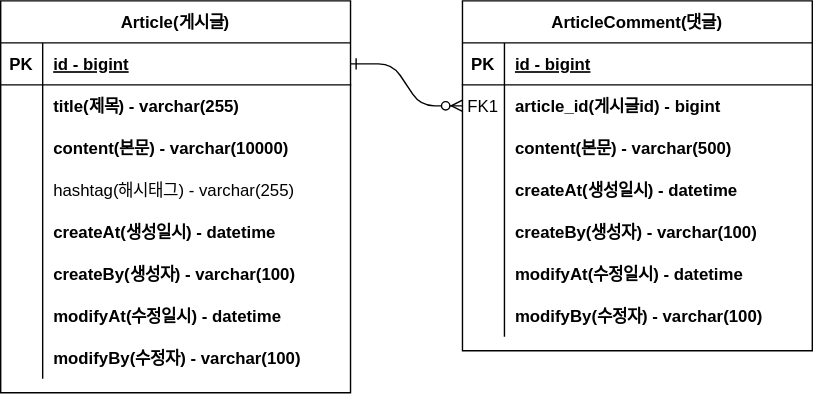
Above: document/erd.svg in goodjob0412/board (draw.io), before the change. Source tidied: cells renumbered, new cells last; positions are measured from the earlier drawing's top-left corner, leaving out a move shared by most shapes.
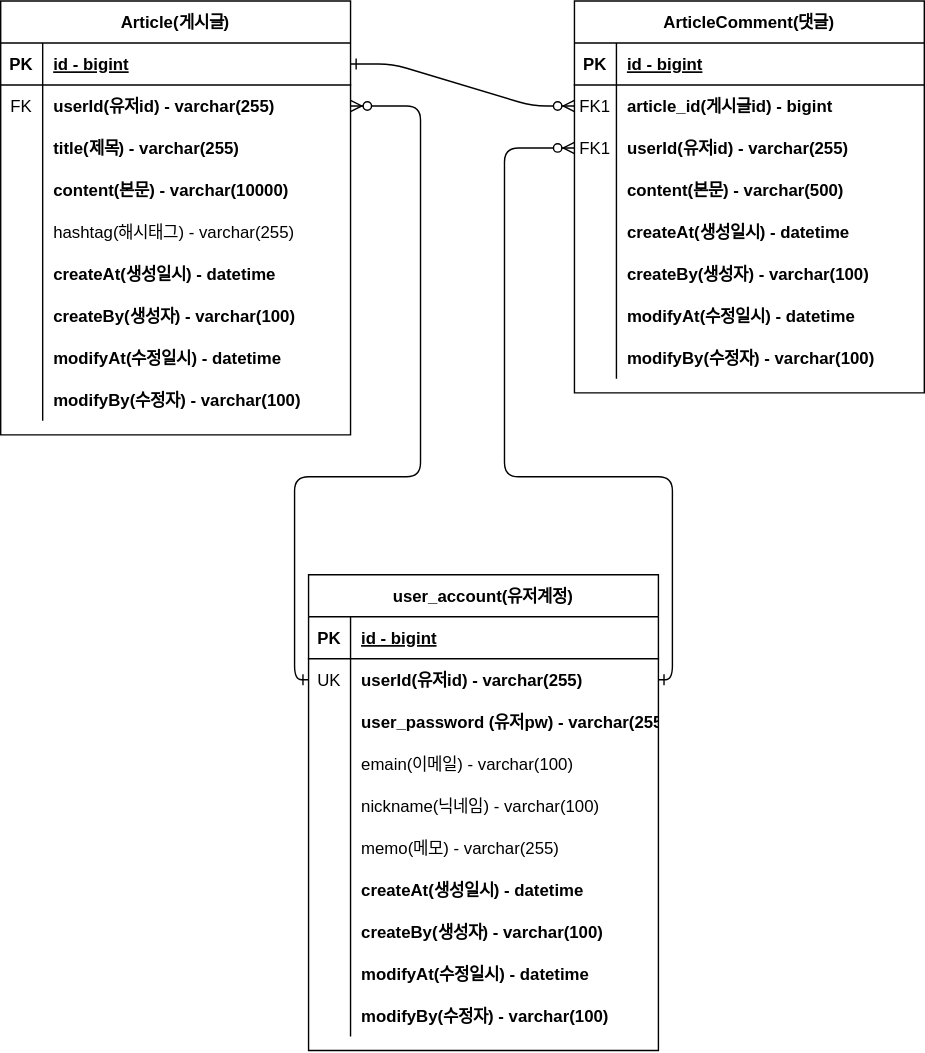
Above is the later version.

Commit message:
erd.user_account_정보_추가

The edit, as a diff of the source:
```diff
@@ -6,7 +6,7 @@
       <mxGeometry relative="1" as="geometry" />
     </mxCell>
     <mxCell id="3" value="ArticleComment(댓글)" style="shape=table;startSize=30;rowLines=0;fontStyle=1;align=center;" parent="1" vertex="1">
-      <mxGeometry x="330" width="250" height="250" as="geometry" />
+      <mxGeometry x="370" width="250" height="280" as="geometry" />
     </mxCell>
     <mxCell id="4" style="shape=partialRectangle;fillColor=none;top=0;left=0;right=0;bottom=1;" parent="3" vertex="1">
       <mxGeometry y="30" width="250" height="30" as="geometry" />
@@ -26,8 +26,17 @@
     <mxCell id="9" value="article_id(게시글id) - bigint" style="shape=partialRectangle;overflow=hidden;fillColor=none;top=0;left=0;bottom=0;right=0;align=left;spacingLeft=6;fontStyle=1;" parent="7" vertex="1">
       <mxGeometry x="30" width="220" height="30" as="geometry" />
     </mxCell>
+    <mxCell id="50" style="shape=partialRectangle;fillColor=none;points=[[0,0.5],[1,0.5]];portConstraint=eastwest;top=0;left=0;right=0;bottom=0;" parent="3" vertex="1">
+      <mxGeometry y="90" width="250" height="30" as="geometry" />
+    </mxCell>
+    <mxCell id="51" value="FK1" style="shape=partialRectangle;overflow=hidden;fillColor=none;top=0;left=0;bottom=0;right=0;" parent="50" vertex="1">
+      <mxGeometry width="30" height="30" as="geometry" />
+    </mxCell>
+    <mxCell id="52" value="userId(유저id) - varchar(255)" style="shape=partialRectangle;overflow=hidden;fillColor=none;top=0;left=0;bottom=0;right=0;align=left;spacingLeft=6;fontStyle=1;" parent="50" vertex="1">
+      <mxGeometry x="30" width="220" height="30" as="geometry" />
+    </mxCell>
     <mxCell id="10" style="shape=partialRectangle;fillColor=none;top=0;left=0;right=0;bottom=0;" parent="3" vertex="1">
-      <mxGeometry y="90" width="250" height="30" as="geometry" />
+      <mxGeometry y="120" width="250" height="30" as="geometry" />
     </mxCell>
     <mxCell id="11" style="shape=partialRectangle;overflow=hidden;fillColor=none;top=0;left=0;bottom=0;right=0;" parent="10" vertex="1">
       <mxGeometry width="30" height="30" as="geometry" />
@@ -36,7 +45,7 @@
       <mxGeometry x="30" width="220" height="30" as="geometry" />
     </mxCell>
     <mxCell id="13" style="shape=partialRectangle;fillColor=none;top=0;left=0;right=0;bottom=0;" parent="3" vertex="1">
-      <mxGeometry y="120" width="250" height="30" as="geometry" />
+      <mxGeometry y="150" width="250" height="30" as="geometry" />
     </mxCell>
     <mxCell id="14" style="shape=partialRectangle;overflow=hidden;fillColor=none;top=0;left=0;bottom=0;right=0;" parent="13" vertex="1">
       <mxGeometry width="30" height="30" as="geometry" />
@@ -45,7 +54,7 @@
       <mxGeometry x="30" width="220" height="30" as="geometry" />
     </mxCell>
     <mxCell id="16" style="shape=partialRectangle;fillColor=none;top=0;left=0;right=0;bottom=0;" parent="3" vertex="1">
-      <mxGeometry y="150" width="250" height="30" as="geometry" />
+      <mxGeometry y="180" width="250" height="30" as="geometry" />
     </mxCell>
     <mxCell id="17" style="shape=partialRectangle;overflow=hidden;fillColor=none;top=0;left=0;bottom=0;right=0;" parent="16" vertex="1">
       <mxGeometry width="30" height="30" as="geometry" />
@@ -54,7 +63,7 @@
       <mxGeometry x="30" width="220" height="30" as="geometry" />
     </mxCell>
     <mxCell id="19" style="shape=partialRectangle;fillColor=none;top=0;left=0;right=0;bottom=0;" parent="3" vertex="1">
-      <mxGeometry y="180" width="250" height="30" as="geometry" />
+      <mxGeometry y="210" width="250" height="30" as="geometry" />
     </mxCell>
     <mxCell id="20" style="shape=partialRectangle;overflow=hidden;fillColor=none;top=0;left=0;bottom=0;right=0;" parent="19" vertex="1">
       <mxGeometry width="30" height="30" as="geometry" />
@@ -63,7 +72,7 @@
       <mxGeometry x="30" width="220" height="30" as="geometry" />
     </mxCell>
     <mxCell id="22" style="shape=partialRectangle;fillColor=none;top=0;left=0;right=0;bottom=0;" parent="3" vertex="1">
-      <mxGeometry y="210" width="250" height="30" as="geometry" />
+      <mxGeometry y="240" width="250" height="30" as="geometry" />
     </mxCell>
     <mxCell id="23" style="shape=partialRectangle;overflow=hidden;fillColor=none;top=0;left=0;bottom=0;right=0;" parent="22" vertex="1">
       <mxGeometry width="30" height="30" as="geometry" />
@@ -72,7 +81,7 @@
       <mxGeometry x="30" width="220" height="30" as="geometry" />
     </mxCell>
     <mxCell id="25" value="Article(게시글)" style="shape=table;startSize=30;rowLines=0;fontStyle=1;align=center;" parent="1" vertex="1">
-      <mxGeometry width="250" height="280" as="geometry" />
+      <mxGeometry x="-40" width="250" height="310" as="geometry" />
     </mxCell>
     <mxCell id="26" style="shape=partialRectangle;fillColor=none;points=[[0,0.5],[1,0.5]];portConstraint=eastwest;top=0;left=0;right=0;bottom=1;" parent="25" vertex="1">
       <mxGeometry y="30" width="250" height="30" as="geometry" />
@@ -86,14 +95,23 @@
     <mxCell id="29" style="shape=partialRectangle;fillColor=none;points=[[0,0.5],[1,0.5]];portConstraint=eastwest;top=0;left=0;right=0;bottom=0;" parent="25" vertex="1">
       <mxGeometry y="60" width="250" height="30" as="geometry" />
     </mxCell>
-    <mxCell id="30" style="shape=partialRectangle;overflow=hidden;fillColor=none;top=0;left=0;bottom=0;right=0;" parent="29" vertex="1">
+    <mxCell id="30" value="FK" style="shape=partialRectangle;overflow=hidden;fillColor=none;top=0;left=0;bottom=0;right=0;" parent="29" vertex="1">
       <mxGeometry width="30" height="30" as="geometry" />
     </mxCell>
-    <mxCell id="31" value="title(제목) - varchar(255)" style="shape=partialRectangle;overflow=hidden;fillColor=none;top=0;left=0;bottom=0;right=0;align=left;spacingLeft=6;fontStyle=1;" parent="29" vertex="1">
+    <mxCell id="31" value="userId(유저id) - varchar(255)" style="shape=partialRectangle;overflow=hidden;fillColor=none;top=0;left=0;bottom=0;right=0;align=left;spacingLeft=6;fontStyle=1;" parent="29" vertex="1">
       <mxGeometry x="30" width="220" height="30" as="geometry" />
     </mxCell>
+    <mxCell id="53" style="shape=partialRectangle;fillColor=none;top=0;left=0;right=0;bottom=0;" parent="25" vertex="1">
+      <mxGeometry y="90" width="250" height="30" as="geometry" />
+    </mxCell>
+    <mxCell id="54" style="shape=partialRectangle;overflow=hidden;fillColor=none;top=0;left=0;bottom=0;right=0;" parent="53" vertex="1">
+      <mxGeometry width="30" height="30" as="geometry" />
+    </mxCell>
+    <mxCell id="55" value="title(제목) - varchar(255)" style="shape=partialRectangle;overflow=hidden;fillColor=none;top=0;left=0;bottom=0;right=0;align=left;spacingLeft=6;fontStyle=1;" parent="53" vertex="1">
+      <mxGeometry x="30" width="220" height="30" as="geometry" />
+    </mxCell>
     <mxCell id="32" style="shape=partialRectangle;fillColor=none;top=0;left=0;right=0;bottom=0;" parent="25" vertex="1">
-      <mxGeometry y="90" width="250" height="30" as="geometry" />
+      <mxGeometry y="120" width="250" height="30" as="geometry" />
     </mxCell>
     <mxCell id="33" style="shape=partialRectangle;overflow=hidden;fillColor=none;top=0;left=0;bottom=0;right=0;" parent="32" vertex="1">
       <mxGeometry width="30" height="30" as="geometry" />
@@ -102,7 +120,7 @@
       <mxGeometry x="30" width="220" height="30" as="geometry" />
     </mxCell>
     <mxCell id="35" style="shape=partialRectangle;fillColor=none;top=0;left=0;right=0;bottom=0;" parent="25" vertex="1">
-      <mxGeometry y="120" width="250" height="30" as="geometry" />
+      <mxGeometry y="150" width="250" height="30" as="geometry" />
     </mxCell>
     <mxCell id="36" value="        " style="shape=partialRectangle;overflow=hidden;fillColor=none;top=0;left=0;bottom=0;right=0;" parent="35" vertex="1">
       <mxGeometry width="30" height="30" as="geometry" />
@@ -111,7 +129,7 @@
       <mxGeometry x="30" width="220" height="30" as="geometry" />
     </mxCell>
     <mxCell id="38" style="shape=partialRectangle;fillColor=none;top=0;left=0;right=0;bottom=0;" parent="25" vertex="1">
-      <mxGeometry y="150" width="250" height="30" as="geometry" />
+      <mxGeometry y="180" width="250" height="30" as="geometry" />
     </mxCell>
     <mxCell id="39" value="        " style="shape=partialRectangle;overflow=hidden;fillColor=none;top=0;left=0;bottom=0;right=0;" parent="38" vertex="1">
       <mxGeometry width="30" height="30" as="geometry" />
@@ -120,7 +138,7 @@
       <mxGeometry x="30" width="220" height="30" as="geometry" />
     </mxCell>
     <mxCell id="41" style="shape=partialRectangle;fillColor=none;top=0;left=0;right=0;bottom=0;" parent="25" vertex="1">
-      <mxGeometry y="180" width="250" height="30" as="geometry" />
+      <mxGeometry y="210" width="250" height="30" as="geometry" />
     </mxCell>
     <mxCell id="42" value="        " style="shape=partialRectangle;overflow=hidden;fillColor=none;top=0;left=0;bottom=0;right=0;" parent="41" vertex="1">
       <mxGeometry width="30" height="30" as="geometry" />
@@ -129,7 +147,7 @@
       <mxGeometry x="30" width="220" height="30" as="geometry" />
     </mxCell>
     <mxCell id="44" style="shape=partialRectangle;fillColor=none;top=0;left=0;right=0;bottom=0;" parent="25" vertex="1">
-      <mxGeometry y="210" width="250" height="30" as="geometry" />
+      <mxGeometry y="240" width="250" height="30" as="geometry" />
     </mxCell>
     <mxCell id="45" value="        " style="shape=partialRectangle;overflow=hidden;fillColor=none;top=0;left=0;bottom=0;right=0;" parent="44" vertex="1">
       <mxGeometry width="30" height="30" as="geometry" />
@@ -138,7 +156,7 @@
       <mxGeometry x="30" width="220" height="30" as="geometry" />
     </mxCell>
     <mxCell id="47" style="shape=partialRectangle;fillColor=none;top=0;left=0;right=0;bottom=0;" parent="25" vertex="1">
-      <mxGeometry y="240" width="250" height="30" as="geometry" />
+      <mxGeometry y="270" width="250" height="30" as="geometry" />
     </mxCell>
     <mxCell id="48" style="shape=partialRectangle;overflow=hidden;fillColor=none;top=0;left=0;bottom=0;right=0;" parent="47" vertex="1">
       <mxGeometry width="30" height="30" as="geometry" />
@@ -146,5 +164,118 @@
     <mxCell id="49" value="modifyBy(수정자) - varchar(100)" style="shape=partialRectangle;overflow=hidden;fillColor=none;top=0;left=0;bottom=0;right=0;align=left;spacingLeft=6;fontStyle=1;" parent="47" vertex="1">
       <mxGeometry x="30" width="220" height="30" as="geometry" />
     </mxCell>
+    <mxCell id="56" value="user_account(유저계정)" style="shape=table;startSize=30;rowLines=0;fontStyle=1;align=center;" parent="1" vertex="1">
+      <mxGeometry x="180" y="410" width="250" height="340" as="geometry" />
+    </mxCell>
+    <mxCell id="57" style="shape=partialRectangle;fillColor=none;top=0;left=0;right=0;bottom=1;" parent="56" vertex="1">
+      <mxGeometry y="30" width="250" height="30" as="geometry" />
+    </mxCell>
+    <mxCell id="58" value="PK" style="shape=partialRectangle;overflow=hidden;fillColor=none;top=0;left=0;bottom=0;right=0;fontStyle=1;" parent="57" vertex="1">
+      <mxGeometry width="30" height="30" as="geometry" />
+    </mxCell>
+    <mxCell id="59" value="id - bigint" style="shape=partialRectangle;overflow=hidden;fillColor=none;top=0;left=0;bottom=0;right=0;align=left;spacingLeft=6;fontStyle=5;" parent="57" vertex="1">
+      <mxGeometry x="30" width="220" height="30" as="geometry" />
+    </mxCell>
+    <mxCell id="60" style="shape=partialRectangle;fillColor=none;points=[[0,0.5],[1,0.5]];portConstraint=eastwest;top=0;left=0;right=0;bottom=0;" parent="56" vertex="1">
+      <mxGeometry y="60" width="250" height="30" as="geometry" />
+    </mxCell>
+    <mxCell id="61" value="UK" style="shape=partialRectangle;overflow=hidden;fillColor=none;top=0;left=0;bottom=0;right=0;" parent="60" vertex="1">
+      <mxGeometry width="30" height="30" as="geometry" />
+    </mxCell>
+    <mxCell id="62" value="userId(유저id) - varchar(255)" style="shape=partialRectangle;overflow=hidden;fillColor=none;top=0;left=0;bottom=0;right=0;align=left;spacingLeft=6;fontStyle=1;" parent="60" vertex="1">
+      <mxGeometry x="30" width="220" height="30" as="geometry" />
+    </mxCell>
+    <mxCell id="63" style="shape=partialRectangle;fillColor=none;top=0;left=0;right=0;bottom=0;" parent="56" vertex="1">
+      <mxGeometry y="90" width="250" height="30" as="geometry" />
+    </mxCell>
+    <mxCell id="64" style="shape=partialRectangle;overflow=hidden;fillColor=none;top=0;left=0;bottom=0;right=0;" parent="63" vertex="1">
+      <mxGeometry width="30" height="30" as="geometry" />
+    </mxCell>
+    <mxCell id="65" value="user_password (유저pw) - varchar(255)" style="shape=partialRectangle;overflow=hidden;fillColor=none;top=0;left=0;bottom=0;right=0;align=left;spacingLeft=6;fontStyle=1;" parent="63" vertex="1">
+      <mxGeometry x="30" width="220" height="30" as="geometry" />
+    </mxCell>
+    <mxCell id="66" style="shape=partialRectangle;fillColor=none;top=0;left=0;right=0;bottom=0;" parent="56" vertex="1">
+      <mxGeometry y="120" width="250" height="30" as="geometry" />
+    </mxCell>
+    <mxCell id="67" value="        " style="shape=partialRectangle;overflow=hidden;fillColor=none;top=0;left=0;bottom=0;right=0;" parent="66" vertex="1">
+      <mxGeometry width="30" height="30" as="geometry" />
+    </mxCell>
+    <mxCell id="68" value="emain(이메일) - varchar(100)" style="shape=partialRectangle;overflow=hidden;fillColor=none;top=0;left=0;bottom=0;right=0;align=left;spacingLeft=6;" parent="66" vertex="1">
+      <mxGeometry x="30" width="220" height="30" as="geometry" />
+    </mxCell>
+    <mxCell id="69" style="shape=partialRectangle;fillColor=none;top=0;left=0;right=0;bottom=0;" parent="56" vertex="1">
+      <mxGeometry y="150" width="250" height="30" as="geometry" />
+    </mxCell>
+    <mxCell id="70" value="&#10;" style="shape=partialRectangle;overflow=hidden;fillColor=none;top=0;left=0;bottom=0;right=0;" parent="69" vertex="1">
+      <mxGeometry width="30" height="30" as="geometry" />
+    </mxCell>
+    <mxCell id="71" value="nickname(닉네임) - varchar(100)" style="shape=partialRectangle;overflow=hidden;fillColor=none;top=0;left=0;bottom=0;right=0;align=left;spacingLeft=6;" parent="69" vertex="1">
+      <mxGeometry x="30" width="220" height="30" as="geometry" />
+    </mxCell>
+    <mxCell id="72" style="shape=partialRectangle;fillColor=none;top=0;left=0;right=0;bottom=0;" parent="56" vertex="1">
+      <mxGeometry y="180" width="250" height="30" as="geometry" />
+    </mxCell>
+    <mxCell id="73" value="&#10;" style="shape=partialRectangle;overflow=hidden;fillColor=none;top=0;left=0;bottom=0;right=0;" parent="72" vertex="1">
+      <mxGeometry width="30" height="30" as="geometry" />
+    </mxCell>
+    <mxCell id="74" value="memo(메모) - varchar(255)" style="shape=partialRectangle;overflow=hidden;fillColor=none;top=0;left=0;bottom=0;right=0;align=left;spacingLeft=6;" parent="72" vertex="1">
+      <mxGeometry x="30" width="220" height="30" as="geometry" />
+    </mxCell>
+    <mxCell id="75" style="shape=partialRectangle;fillColor=none;top=0;left=0;right=0;bottom=0;" parent="56" vertex="1">
+      <mxGeometry y="210" width="250" height="30" as="geometry" />
+    </mxCell>
+    <mxCell id="76" value="        " style="shape=partialRectangle;overflow=hidden;fillColor=none;top=0;left=0;bottom=0;right=0;" parent="75" vertex="1">
+      <mxGeometry width="30" height="30" as="geometry" />
+    </mxCell>
+    <mxCell id="77" value="createAt(생성일시) - datetime" style="shape=partialRectangle;overflow=hidden;fillColor=none;top=0;left=0;bottom=0;right=0;align=left;spacingLeft=6;fontStyle=1;" parent="75" vertex="1">
+      <mxGeometry x="30" width="220" height="30" as="geometry" />
+    </mxCell>
+    <mxCell id="78" style="shape=partialRectangle;fillColor=none;top=0;left=0;right=0;bottom=0;" parent="56" vertex="1">
+      <mxGeometry y="240" width="250" height="30" as="geometry" />
+    </mxCell>
+    <mxCell id="79" value="        " style="shape=partialRectangle;overflow=hidden;fillColor=none;top=0;left=0;bottom=0;right=0;" parent="78" vertex="1">
+      <mxGeometry width="30" height="30" as="geometry" />
+    </mxCell>
+    <mxCell id="80" value="createBy(생성자) - varchar(100)" style="shape=partialRectangle;overflow=hidden;fillColor=none;top=0;left=0;bottom=0;right=0;align=left;spacingLeft=6;fontStyle=1;" parent="78" vertex="1">
+      <mxGeometry x="30" width="220" height="30" as="geometry" />
+    </mxCell>
+    <mxCell id="81" style="shape=partialRectangle;fillColor=none;top=0;left=0;right=0;bottom=0;" parent="56" vertex="1">
+      <mxGeometry y="270" width="250" height="30" as="geometry" />
+    </mxCell>
+    <mxCell id="82" value="        " style="shape=partialRectangle;overflow=hidden;fillColor=none;top=0;left=0;bottom=0;right=0;" parent="81" vertex="1">
+      <mxGeometry width="30" height="30" as="geometry" />
+    </mxCell>
+    <mxCell id="83" value="modifyAt(수정일시) - datetime" style="shape=partialRectangle;overflow=hidden;fillColor=none;top=0;left=0;bottom=0;right=0;align=left;spacingLeft=6;fontStyle=1;" parent="81" vertex="1">
+      <mxGeometry x="30" width="220" height="30" as="geometry" />
+    </mxCell>
+    <mxCell id="84" style="shape=partialRectangle;fillColor=none;top=0;left=0;right=0;bottom=0;" parent="56" vertex="1">
+      <mxGeometry y="300" width="250" height="30" as="geometry" />
+    </mxCell>
+    <mxCell id="85" style="shape=partialRectangle;overflow=hidden;fillColor=none;top=0;left=0;bottom=0;right=0;" parent="84" vertex="1">
+      <mxGeometry width="30" height="30" as="geometry" />
+    </mxCell>
+    <mxCell id="86" value="modifyBy(수정자) - varchar(100)" style="shape=partialRectangle;overflow=hidden;fillColor=none;top=0;left=0;bottom=0;right=0;align=left;spacingLeft=6;fontStyle=1;" parent="84" vertex="1">
+      <mxGeometry x="30" width="220" height="30" as="geometry" />
+    </mxCell>
+    <mxCell id="87" style="edgeStyle=orthogonalEdgeStyle;endArrow=ERzeroToMany;startArrow=ERone;endFill=1;startFill=0;entryX=1;entryY=0.5;entryDx=0;entryDy=0;exitX=0;exitY=0.5;exitDx=0;exitDy=0;" parent="1" edge="1" source="60" target="29">
+      <mxGeometry relative="1" as="geometry">
+        <Array as="points">
+          <mxPoint x="170" y="485" />
+          <mxPoint x="170" y="340" />
+          <mxPoint x="260" y="340" />
+          <mxPoint x="260" y="75" />
+        </Array>
+      </mxGeometry>
+    </mxCell>
+    <mxCell id="88" style="edgeStyle=orthogonalEdgeStyle;endArrow=ERzeroToMany;startArrow=ERone;endFill=1;startFill=0;entryX=0;entryY=0.5;entryDx=0;entryDy=0;exitX=1;exitY=0.5;exitDx=0;exitDy=0;" parent="1" edge="1" source="60" target="50">
+      <mxGeometry relative="1" as="geometry">
+        <Array as="points">
+          <mxPoint x="440" y="485" />
+          <mxPoint x="440" y="340" />
+          <mxPoint x="320" y="340" />
+          <mxPoint x="320" y="105" />
+        </Array>
+      </mxGeometry>
+    </mxCell>
   </root>
 </mxGraphModel>
```
